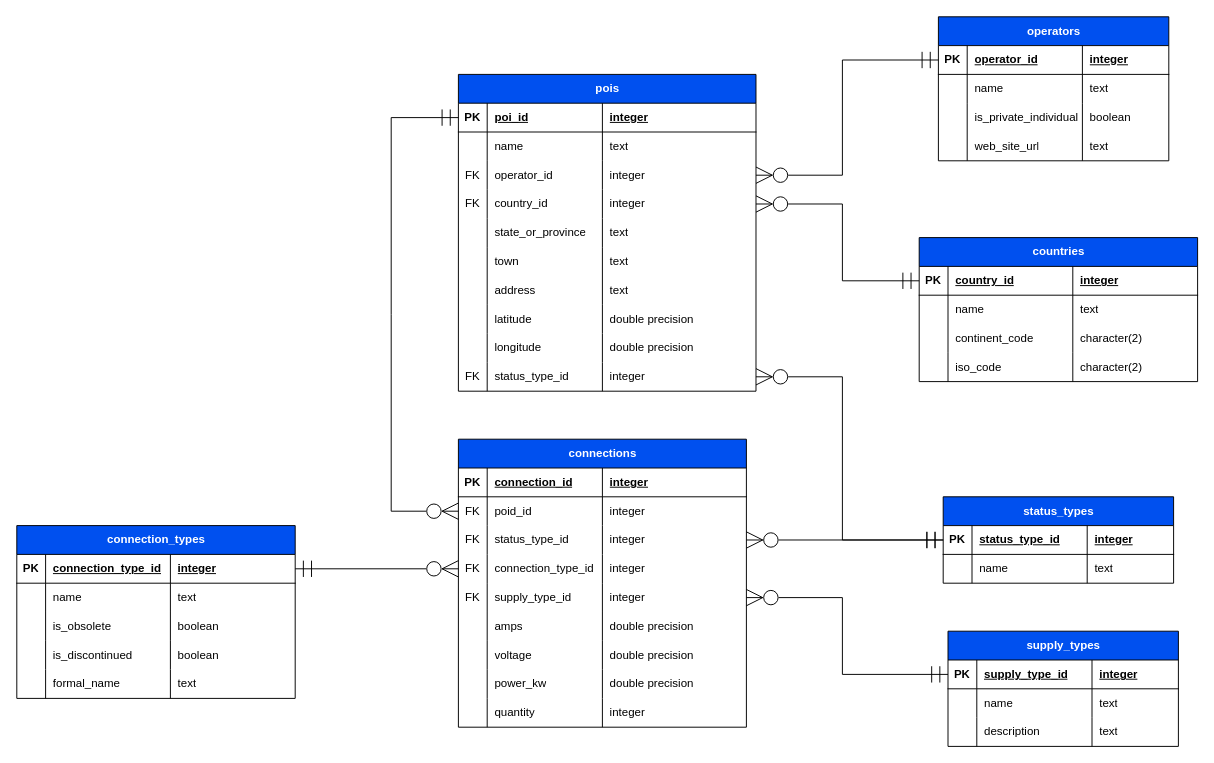
Before: sql/Diagrama_BD_OpenChargeMap.drawio in MitziSanchez/ETL_OpenChargeMap, a draw.io diagram. Source tidied: cells renumbered, new cells numbered last; positions are measured from the earlier drawing's top-left corner, leaving out a move shared by most shapes. Both pictures are drawn from the tidied source at 96%, with x=0, y=0 at pixel (16, 16).
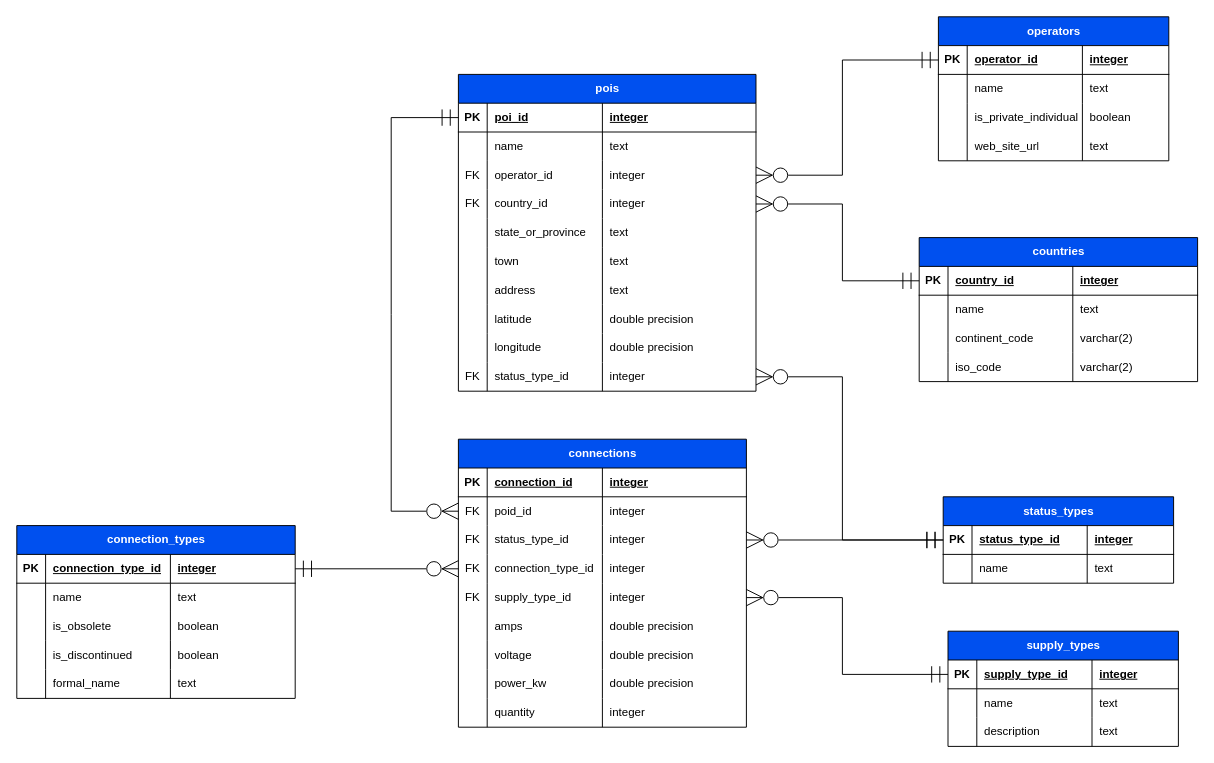
The same page after the edit.

The change refers to these unchanged cells:
```xml
<mxCell id="154" style="shape=tableRow;horizontal=0;startSize=0;swimlaneHead=0;swimlaneBody=0;fillColor=none;top=0;left=0;right=0;bottom=0;" parent="145" vertex="1">
  <mxGeometry y="90" width="290" height="30" as="geometry" />
</mxCell>
<mxCell id="158" style="shape=tableRow;horizontal=0;startSize=0;swimlaneHead=0;swimlaneBody=0;fillColor=none;top=0;left=0;right=0;bottom=0;" parent="145" vertex="1">
  <mxGeometry y="120" width="290" height="30" as="geometry" />
</mxCell>
```

The edit, as a diff of the source:
```diff
@@
-    <mxCell id="157" value="character(2)" style="shape=partialRectangle;fillColor=none;top=0;left=0;bottom=0;right=0;align=left;spacingLeft=6;overflow=hidden;whiteSpace=wrap;html=1;" parent="154" vertex="1">
+    <mxCell id="157" value="varchar(2)" style="shape=partialRectangle;fillColor=none;top=0;left=0;bottom=0;right=0;align=left;spacingLeft=6;overflow=hidden;whiteSpace=wrap;html=1;" parent="154" vertex="1">
       <mxGeometry x="160" width="130" height="30" as="geometry" />
     </mxCell>
@@
-    <mxCell id="161" value="character(2)" style="shape=partialRectangle;fillColor=none;top=0;left=0;bottom=0;right=0;align=left;spacingLeft=6;overflow=hidden;whiteSpace=wrap;html=1;" parent="158" vertex="1">
+    <mxCell id="161" value="varchar(2)" style="shape=partialRectangle;fillColor=none;top=0;left=0;bottom=0;right=0;align=left;spacingLeft=6;overflow=hidden;whiteSpace=wrap;html=1;" parent="158" vertex="1">
       <mxGeometry x="160" width="130" height="30" as="geometry" />
     </mxCell>
```
